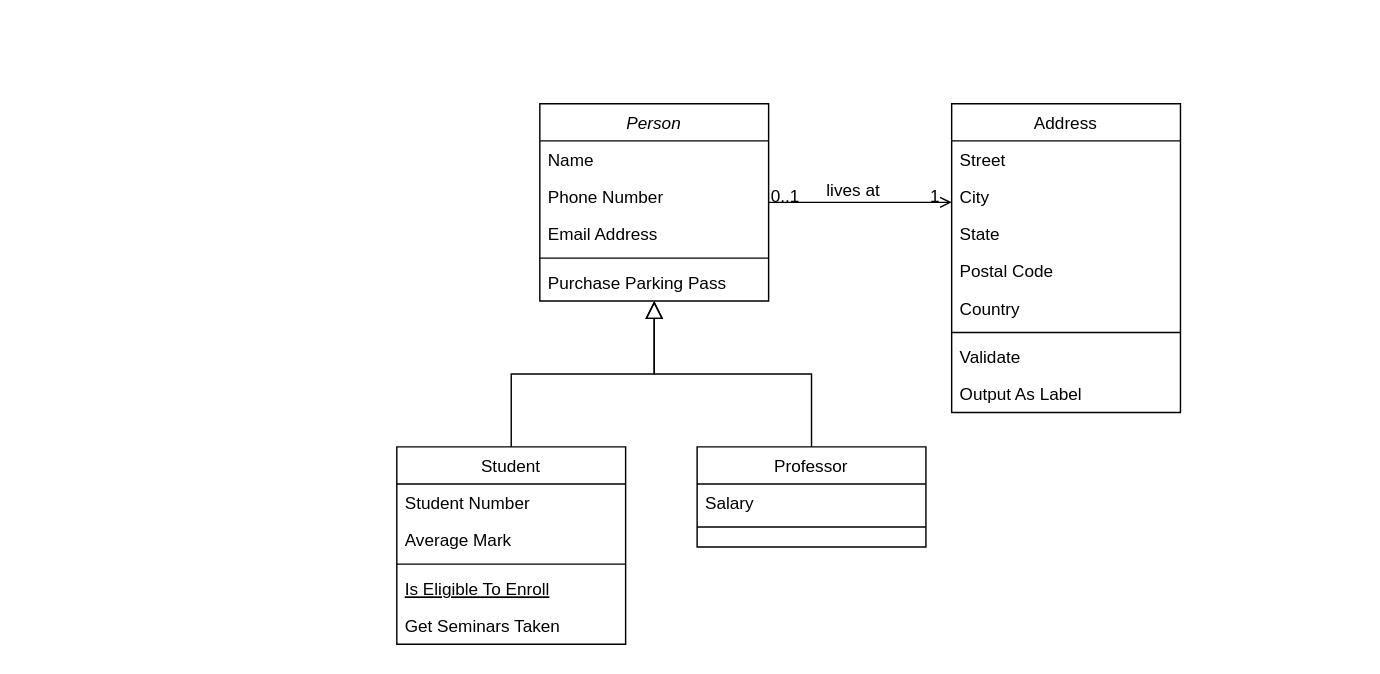
Above: Untitled Diagram.drawio in LarryChenCode/IS7020_diagrams (draw.io), before the change. Source tidied: cells renumbered, new cells numbered last; positions are measured from the earlier drawing's top-left corner, leaving out a move shared by most shapes. Both pictures are drawn from the tidied source at 143%, with x=0, y=0 at pixel (396, 103).
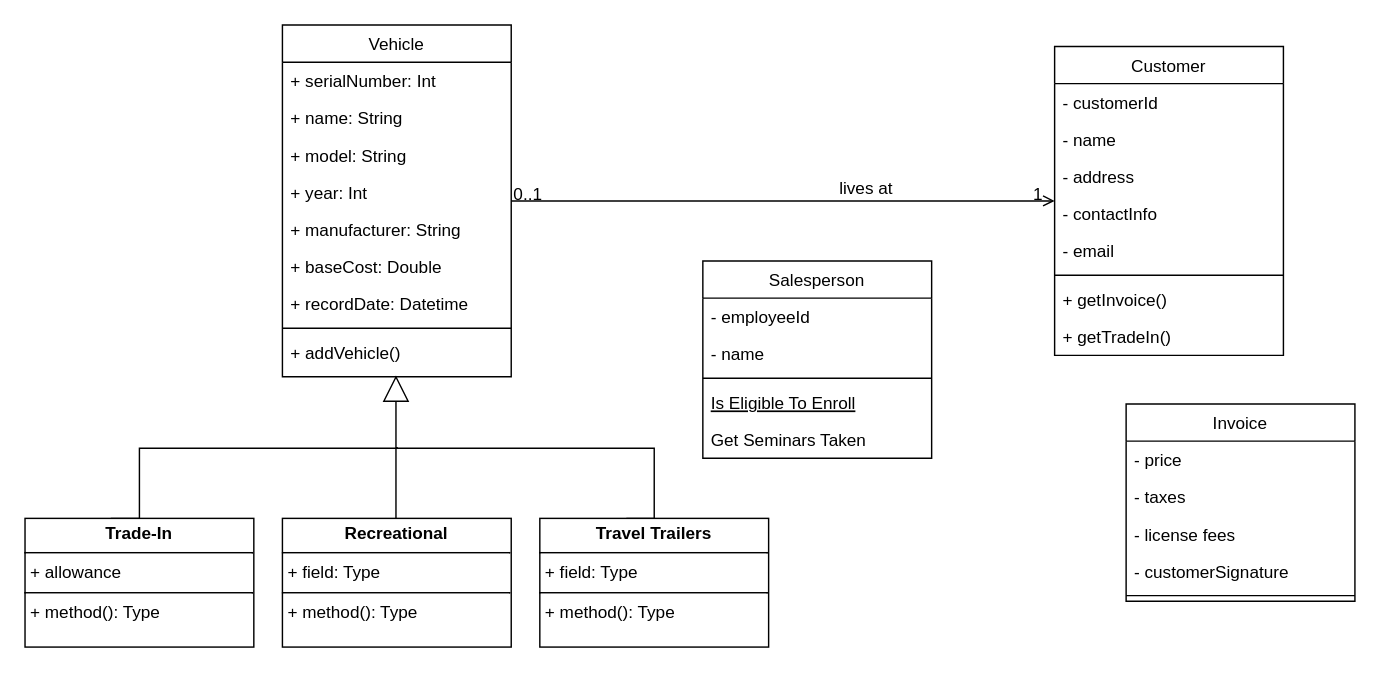
The same page after the edit.

The edit, as a diff of the source:
```diff
@@
-    <mxCell id="2" value="Person" style="swimlane;fontStyle=2;align=center;verticalAlign=top;horizontal=1;startSize=26;rounded=0;shadow=0;strokeWidth=1;" parent="1" vertex="1">
-      <mxGeometry x="100" width="160" height="138" as="geometry" />
+    <mxCell id="2" value="Vehicle" style="swimlane;fontStyle=0;align=center;verticalAlign=top;horizontal=1;startSize=26;rounded=0;shadow=0;strokeWidth=1;" parent="1" vertex="1">
+      <mxGeometry x="-80" y="-55" width="160" height="246" as="geometry" />
     </mxCell>
-    <mxCell id="3" value="Name" style="text;align=left;verticalAlign=top;spacingLeft=4;spacingRight=4;overflow=hidden;" parent="2" vertex="1">
+    <mxCell id="3" value="+ serialNumber: Int" style="text;align=left;verticalAlign=top;spacingLeft=4;spacingRight=4;overflow=hidden;" parent="2" vertex="1">
       <mxGeometry y="26" width="160" height="26" as="geometry" />
     </mxCell>
-    <mxCell id="4" value="Phone Number" style="text;align=left;verticalAlign=top;spacingLeft=4;spacingRight=4;overflow=hidden;rounded=0;shadow=0;html=0;" parent="2" vertex="1">
+    <mxCell id="4" value="+ name: String" style="text;align=left;verticalAlign=top;spacingLeft=4;spacingRight=4;overflow=hidden;rounded=0;shadow=0;html=0;" parent="2" vertex="1">
       <mxGeometry y="52" width="160" height="26" as="geometry" />
     </mxCell>
-    <mxCell id="5" value="Email Address" style="text;align=left;verticalAlign=top;spacingLeft=4;spacingRight=4;overflow=hidden;rounded=0;shadow=0;html=0;" parent="2" vertex="1">
+    <mxCell id="5" value="+ model: String" style="text;align=left;verticalAlign=top;spacingLeft=4;spacingRight=4;overflow=hidden;rounded=0;shadow=0;html=0;" parent="2" vertex="1">
       <mxGeometry y="78" width="160" height="26" as="geometry" />
     </mxCell>
+    <mxCell id="32" value="+ year: Int" style="text;align=left;verticalAlign=top;spacingLeft=4;spacingRight=4;overflow=hidden;rounded=0;shadow=0;html=0;" parent="2" vertex="1">
+      <mxGeometry y="104" width="160" height="26" as="geometry" />
+    </mxCell>
+    <mxCell id="33" value="+ manufacturer: String" style="text;align=left;verticalAlign=top;spacingLeft=4;spacingRight=4;overflow=hidden;rounded=0;shadow=0;html=0;" parent="2" vertex="1">
+      <mxGeometry y="130" width="160" height="26" as="geometry" />
+    </mxCell>
+    <mxCell id="34" value="+ baseCost: Double" style="text;align=left;verticalAlign=top;spacingLeft=4;spacingRight=4;overflow=hidden;rounded=0;shadow=0;html=0;" parent="2" vertex="1">
+      <mxGeometry y="156" width="160" height="26" as="geometry" />
+    </mxCell>
+    <mxCell id="35" value="+ recordDate: Datetime" style="text;align=left;verticalAlign=top;spacingLeft=4;spacingRight=4;overflow=hidden;rounded=0;shadow=0;html=0;" parent="2" vertex="1">
+      <mxGeometry y="182" width="160" height="26" as="geometry" />
+    </mxCell>
     <mxCell id="6" style="line;html=1;strokeWidth=1;align=left;verticalAlign=middle;spacingTop=-1;spacingLeft=3;spacingRight=3;labelPosition=right;" parent="2" vertex="1">
-      <mxGeometry y="104" width="160" height="8" as="geometry" />
+      <mxGeometry y="208" width="160" height="8" as="geometry" />
     </mxCell>
-    <mxCell id="7" value="Purchase Parking Pass" style="text;align=left;verticalAlign=top;spacingLeft=4;spacingRight=4;overflow=hidden;" parent="2" vertex="1">
-      <mxGeometry y="112" width="160" height="26" as="geometry" />
+    <mxCell id="7" value="+ addVehicle()" style="text;align=left;verticalAlign=top;spacingLeft=4;spacingRight=4;overflow=hidden;" parent="2" vertex="1">
+      <mxGeometry y="216" width="160" height="30" as="geometry" />
     </mxCell>
-    <mxCell id="8" value="Student" style="swimlane;fontStyle=0;align=center;verticalAlign=top;horizontal=1;startSize=26;rounded=0;shadow=0;strokeWidth=1;" parent="1" vertex="1">
-      <mxGeometry y="240" width="160" height="138" as="geometry" />
+    <mxCell id="8" value="Salesperson" style="swimlane;fontStyle=0;align=center;verticalAlign=top;horizontal=1;startSize=26;rounded=0;shadow=0;strokeWidth=1;" parent="1" vertex="1">
+      <mxGeometry x="214" y="110" width="160" height="138" as="geometry" />
     </mxCell>
-    <mxCell id="9" value="Student Number" style="text;align=left;verticalAlign=top;spacingLeft=4;spacingRight=4;overflow=hidden;" parent="8" vertex="1">
+    <mxCell id="9" value="- employeeId" style="text;align=left;verticalAlign=top;spacingLeft=4;spacingRight=4;overflow=hidden;" parent="8" vertex="1">
       <mxGeometry y="26" width="160" height="26" as="geometry" />
     </mxCell>
-    <mxCell id="10" value="Average Mark" style="text;align=left;verticalAlign=top;spacingLeft=4;spacingRight=4;overflow=hidden;rounded=0;shadow=0;html=0;" parent="8" vertex="1">
+    <mxCell id="10" value="- name" style="text;align=left;verticalAlign=top;spacingLeft=4;spacingRight=4;overflow=hidden;rounded=0;shadow=0;html=0;" parent="8" vertex="1">
       <mxGeometry y="52" width="160" height="26" as="geometry" />
     </mxCell>
@@
-    <mxCell id="14" style="endArrow=block;endSize=10;endFill=0;shadow=0;strokeWidth=1;rounded=0;curved=0;edgeStyle=elbowEdgeStyle;elbow=vertical;" parent="1" edge="1" source="8" target="2">
-      <mxGeometry relative="1" as="geometry" />
-    </mxCell>
-    <mxCell id="15" value="Professor" style="swimlane;fontStyle=0;align=center;verticalAlign=top;horizontal=1;startSize=26;rounded=0;shadow=0;strokeWidth=1;" parent="1" vertex="1">
-      <mxGeometry x="210" y="240" width="160" height="70" as="geometry" />
+    <mxCell id="15" value="Invoice" style="swimlane;fontStyle=0;align=center;verticalAlign=top;horizontal=1;startSize=26;rounded=0;shadow=0;strokeWidth=1;" parent="1" vertex="1">
+      <mxGeometry x="510" y="210" width="160" height="138" as="geometry" />
     </mxCell>
-    <mxCell id="16" value="Salary" style="text;align=left;verticalAlign=top;spacingLeft=4;spacingRight=4;overflow=hidden;" parent="15" vertex="1">
+    <mxCell id="16" value="- price" style="text;align=left;verticalAlign=top;spacingLeft=4;spacingRight=4;overflow=hidden;" parent="15" vertex="1">
       <mxGeometry y="26" width="160" height="26" as="geometry" />
     </mxCell>
+    <mxCell id="36" value="- taxes" style="text;align=left;verticalAlign=top;spacingLeft=4;spacingRight=4;overflow=hidden;" parent="15" vertex="1">
+      <mxGeometry y="52" width="160" height="26" as="geometry" />
+    </mxCell>
+    <mxCell id="37" value="- license fees" style="text;align=left;verticalAlign=top;spacingLeft=4;spacingRight=4;overflow=hidden;" parent="15" vertex="1">
+      <mxGeometry y="78" width="160" height="26" as="geometry" />
+    </mxCell>
+    <mxCell id="38" value="- customerSignature" style="text;align=left;verticalAlign=top;spacingLeft=4;spacingRight=4;overflow=hidden;" parent="15" vertex="1">
+      <mxGeometry y="104" width="160" height="26" as="geometry" />
+    </mxCell>
     <mxCell id="17" style="line;html=1;strokeWidth=1;align=left;verticalAlign=middle;spacingTop=-1;spacingLeft=3;spacingRight=3;labelPosition=right;" parent="15" vertex="1">
-      <mxGeometry y="52" width="160" height="8" as="geometry" />
+      <mxGeometry y="130" width="160" height="8" as="geometry" />
     </mxCell>
-    <mxCell id="18" style="endArrow=block;endSize=10;endFill=0;shadow=0;strokeWidth=1;rounded=0;curved=0;edgeStyle=elbowEdgeStyle;elbow=vertical;" parent="1" edge="1" source="15" target="2">
-      <mxGeometry relative="1" as="geometry" />
-    </mxCell>
-    <mxCell id="19" value="Address" style="swimlane;fontStyle=0;align=center;verticalAlign=top;horizontal=1;startSize=26;rounded=0;shadow=0;strokeWidth=1;" parent="1" vertex="1">
-      <mxGeometry x="388" width="160" height="216" as="geometry" />
+    <mxCell id="19" value="Customer" style="swimlane;fontStyle=0;align=center;verticalAlign=top;horizontal=1;startSize=26;rounded=0;shadow=0;strokeWidth=1;" parent="1" vertex="1">
+      <mxGeometry x="460" y="-40" width="160" height="216" as="geometry" />
     </mxCell>
-    <mxCell id="20" value="Street" style="text;align=left;verticalAlign=top;spacingLeft=4;spacingRight=4;overflow=hidden;" parent="19" vertex="1">
+    <mxCell id="20" value="- customerId" style="text;align=left;verticalAlign=top;spacingLeft=4;spacingRight=4;overflow=hidden;" parent="19" vertex="1">
       <mxGeometry y="26" width="160" height="26" as="geometry" />
     </mxCell>
-    <mxCell id="21" value="City" style="text;align=left;verticalAlign=top;spacingLeft=4;spacingRight=4;overflow=hidden;rounded=0;shadow=0;html=0;" parent="19" vertex="1">
+    <mxCell id="21" value="- name" style="text;align=left;verticalAlign=top;spacingLeft=4;spacingRight=4;overflow=hidden;rounded=0;shadow=0;html=0;" parent="19" vertex="1">
       <mxGeometry y="52" width="160" height="26" as="geometry" />
     </mxCell>
-    <mxCell id="22" value="State" style="text;align=left;verticalAlign=top;spacingLeft=4;spacingRight=4;overflow=hidden;rounded=0;shadow=0;html=0;" parent="19" vertex="1">
+    <mxCell id="22" value="- address" style="text;align=left;verticalAlign=top;spacingLeft=4;spacingRight=4;overflow=hidden;rounded=0;shadow=0;html=0;" parent="19" vertex="1">
       <mxGeometry y="78" width="160" height="26" as="geometry" />
     </mxCell>
-    <mxCell id="23" value="Postal Code" style="text;align=left;verticalAlign=top;spacingLeft=4;spacingRight=4;overflow=hidden;rounded=0;shadow=0;html=0;" parent="19" vertex="1">
-      <mxGeometry y="104" width="160" height="26" as="geometry" />
-    </mxCell>
-    <mxCell id="24" value="Country" style="text;align=left;verticalAlign=top;spacingLeft=4;spacingRight=4;overflow=hidden;rounded=0;shadow=0;html=0;" parent="19" vertex="1">
-      <mxGeometry y="130" width="160" height="26" as="geometry" />
-    </mxCell>
+    <mxCell id="39" value="- contactInfo" style="text;align=left;verticalAlign=top;spacingLeft=4;spacingRight=4;overflow=hidden;rounded=0;shadow=0;html=0;" parent="19" vertex="1">
+      <mxGeometry y="104" width="160" height="26" as="geometry" />
+    </mxCell>
+    <mxCell id="40" value="- email" style="text;align=left;verticalAlign=top;spacingLeft=4;spacingRight=4;overflow=hidden;rounded=0;shadow=0;html=0;" parent="19" vertex="1">
+      <mxGeometry y="130" width="160" height="26" as="geometry" />
+    </mxCell>
@@
-    <mxCell id="26" value="Validate" style="text;align=left;verticalAlign=top;spacingLeft=4;spacingRight=4;overflow=hidden;" parent="19" vertex="1">
+    <mxCell id="26" value="+ getInvoice()" style="text;align=left;verticalAlign=top;spacingLeft=4;spacingRight=4;overflow=hidden;" parent="19" vertex="1">
       <mxGeometry y="164" width="160" height="26" as="geometry" />
     </mxCell>
-    <mxCell id="27" value="Output As Label" style="text;align=left;verticalAlign=top;spacingLeft=4;spacingRight=4;overflow=hidden;" parent="19" vertex="1">
+    <mxCell id="27" value="+ getTradeIn()" style="text;align=left;verticalAlign=top;spacingLeft=4;spacingRight=4;overflow=hidden;" parent="19" vertex="1">
       <mxGeometry y="190" width="160" height="26" as="geometry" />
     </mxCell>
@@
+    <mxCell id="41" style="endArrow=block;endSize=16;endFill=0;html=1;rounded=0;entryX=0.5;entryY=1;entryDx=0;entryDy=0;" parent="1" edge="1">
+      <mxGeometry relative="1" as="geometry">
+        <mxPoint x="-0.6" y="290" as="sourcePoint" />
+        <mxPoint x="-0.6" y="190" as="targetPoint" />
+        <Array as="points">
+          <mxPoint x="-0.6" y="260" />
+        </Array>
+      </mxGeometry>
+    </mxCell>
+    <mxCell id="42" value="&lt;p style=&quot;margin:0px;margin-top:4px;text-align:center;&quot;&gt;&lt;b&gt;Recreational&lt;/b&gt;&lt;br&gt;&lt;/p&gt;&lt;hr size=&quot;1&quot; style=&quot;border-style:solid;&quot;&gt;&lt;p style=&quot;margin:0px;margin-left:4px;&quot;&gt;+ field: Type&lt;/p&gt;&lt;hr size=&quot;1&quot; style=&quot;border-style:solid;&quot;&gt;&lt;p style=&quot;margin:0px;margin-left:4px;&quot;&gt;+ method(): Type&lt;/p&gt;" style="verticalAlign=top;align=left;overflow=fill;html=1;whiteSpace=wrap;" parent="1" vertex="1">
+      <mxGeometry x="-80" y="290" width="160" height="90" as="geometry" />
+    </mxCell>
+    <mxCell id="43" style="endArrow=none;html=1;edgeStyle=orthogonalEdgeStyle;rounded=0;entryX=0.5;entryY=0;entryDx=0;entryDy=0;" parent="1" edge="1">
+      <mxGeometry relative="1" as="geometry">
+        <mxPoint y="240" as="sourcePoint" />
+        <mxPoint x="160.5" y="290" as="targetPoint" />
+        <Array as="points">
+          <mxPoint x="180" y="241" />
+          <mxPoint x="180" y="290" />
+        </Array>
+      </mxGeometry>
+    </mxCell>
+    <mxCell id="44" value="&lt;p style=&quot;margin:0px;margin-top:4px;text-align:center;&quot;&gt;&lt;b&gt;Travel Trailers&lt;/b&gt;&lt;br&gt;&lt;/p&gt;&lt;hr size=&quot;1&quot; style=&quot;border-style:solid;&quot;&gt;&lt;p style=&quot;margin:0px;margin-left:4px;&quot;&gt;+ field: Type&lt;/p&gt;&lt;hr size=&quot;1&quot; style=&quot;border-style:solid;&quot;&gt;&lt;p style=&quot;margin:0px;margin-left:4px;&quot;&gt;+ method(): Type&lt;/p&gt;" style="verticalAlign=top;align=left;overflow=fill;html=1;whiteSpace=wrap;" parent="1" vertex="1">
+      <mxGeometry x="100" y="290" width="160" height="90" as="geometry" />
+    </mxCell>
+    <mxCell id="45" value="&lt;p style=&quot;margin:0px;margin-top:4px;text-align:center;&quot;&gt;&lt;b&gt;Trade-In&lt;/b&gt;&lt;br&gt;&lt;/p&gt;&lt;hr size=&quot;1&quot; style=&quot;border-style:solid;&quot;&gt;&lt;p style=&quot;margin:0px;margin-left:4px;&quot;&gt;+ allowance&lt;/p&gt;&lt;hr size=&quot;1&quot; style=&quot;border-style:solid;&quot;&gt;&lt;p style=&quot;margin:0px;margin-left:4px;&quot;&gt;+ method(): Type&lt;/p&gt;" style="verticalAlign=top;align=left;overflow=fill;html=1;whiteSpace=wrap;" parent="1" vertex="1">
+      <mxGeometry x="-260" y="290" width="160" height="90" as="geometry" />
+    </mxCell>
+    <mxCell id="46" style="endArrow=none;html=1;edgeStyle=orthogonalEdgeStyle;rounded=0;" parent="1" edge="1">
+      <mxGeometry relative="1" as="geometry">
+        <mxPoint y="240" as="sourcePoint" />
+        <mxPoint x="-200" y="290" as="targetPoint" />
+        <Array as="points">
+          <mxPoint x="-180" y="241" />
+          <mxPoint x="-180" y="290" />
+        </Array>
+      </mxGeometry>
+    </mxCell>
```
